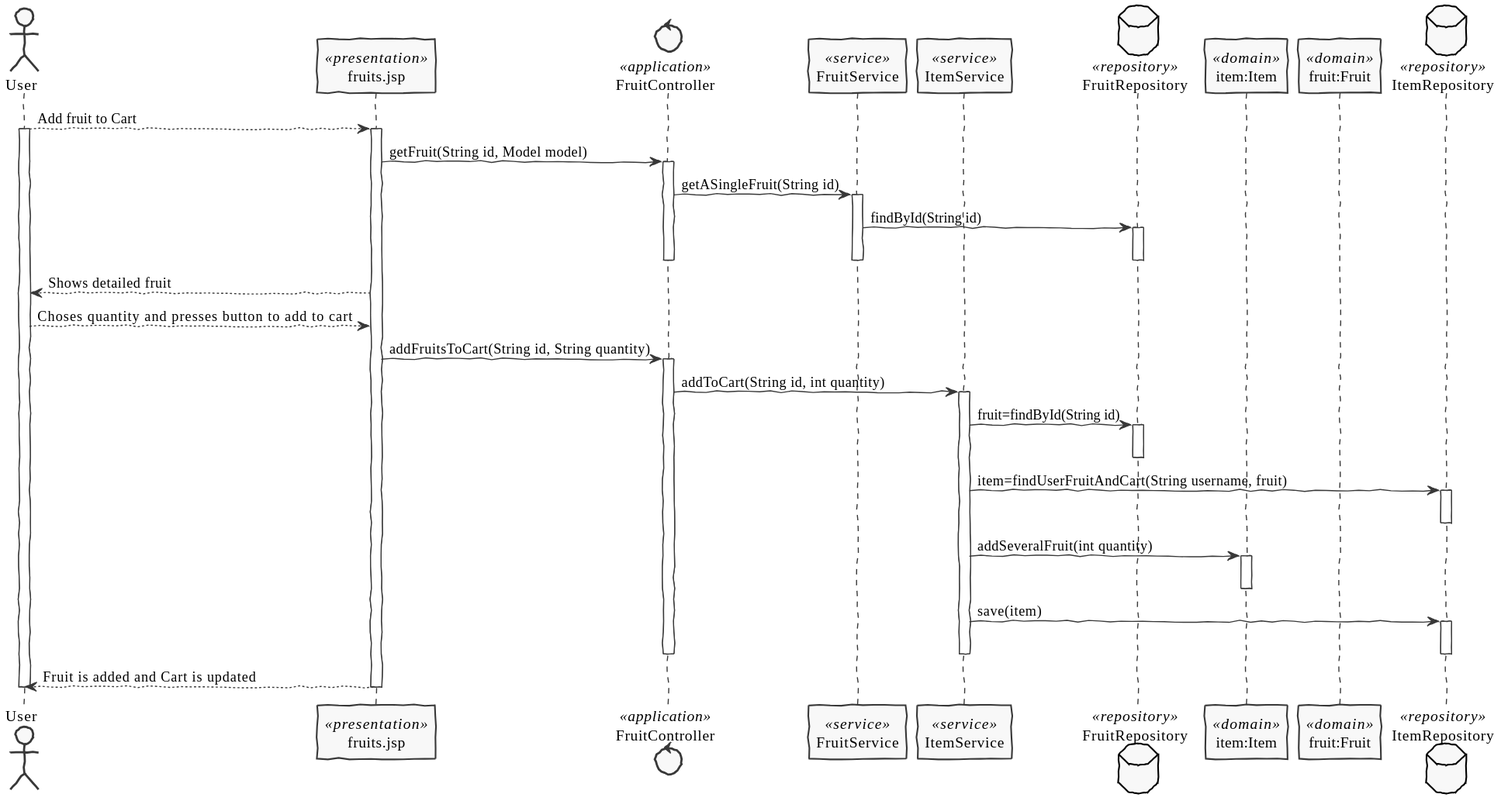
Above: documentation/US-03/US-03_add_fruit_to_cart_detailed_SD.svg in EmmanuelJanssens/AMT_2021 (PlantUML), before the change.
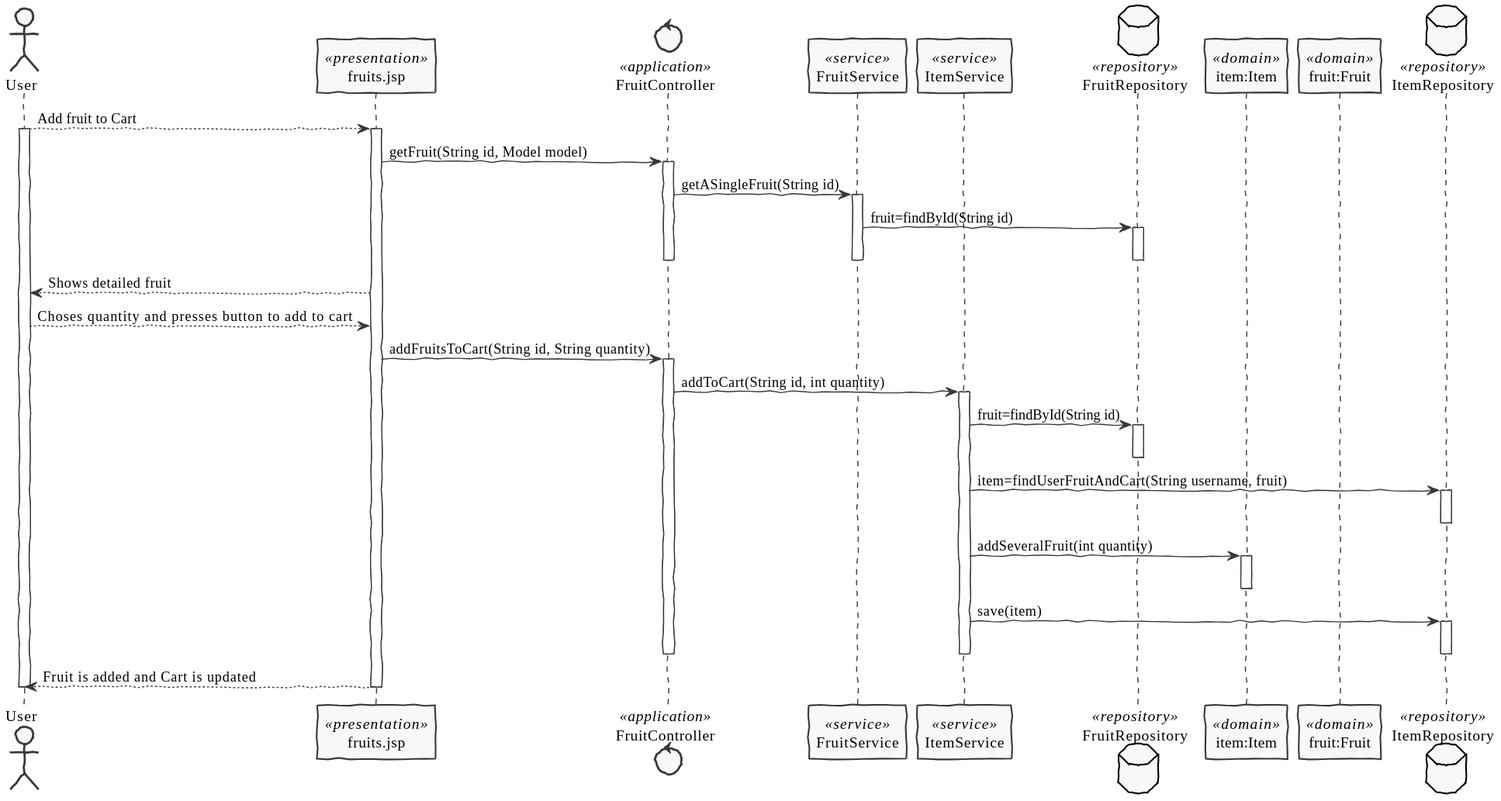
The same file after the commit.

The edit, as a diff of the source:
```diff
@@ -24,7 +24,7 @@
 
        Controller ->FS : getASingleFruit(String id)
        activate FS
-       FS -> FR : findById(String id)
+       FS -> FR : fruit=findById(String id)
        activate FR
        deactivate FR
        deactivate FS
```
